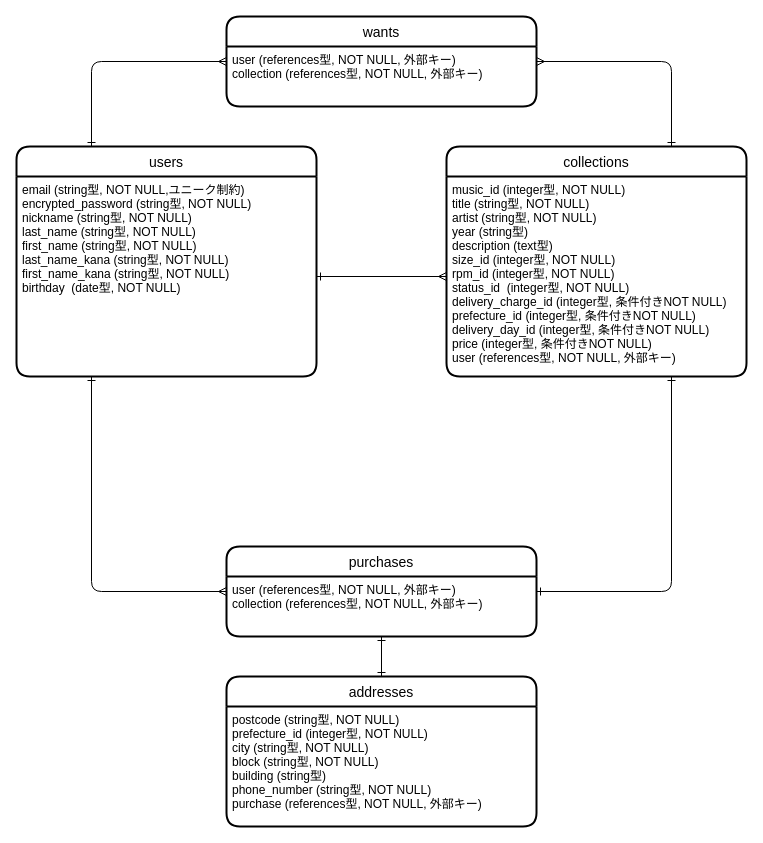
The draw.io diagram E R .dio in mimimiguchi/collection_of_record_junkies, before the edit. Source tidied: cells renumbered, new cells numbered last; positions are measured from the earlier drawing's top-left corner, leaving out a move shared by most shapes. Both pictures are drawn from the tidied source at 100%, with x=0, y=0 at pixel (16, 16).
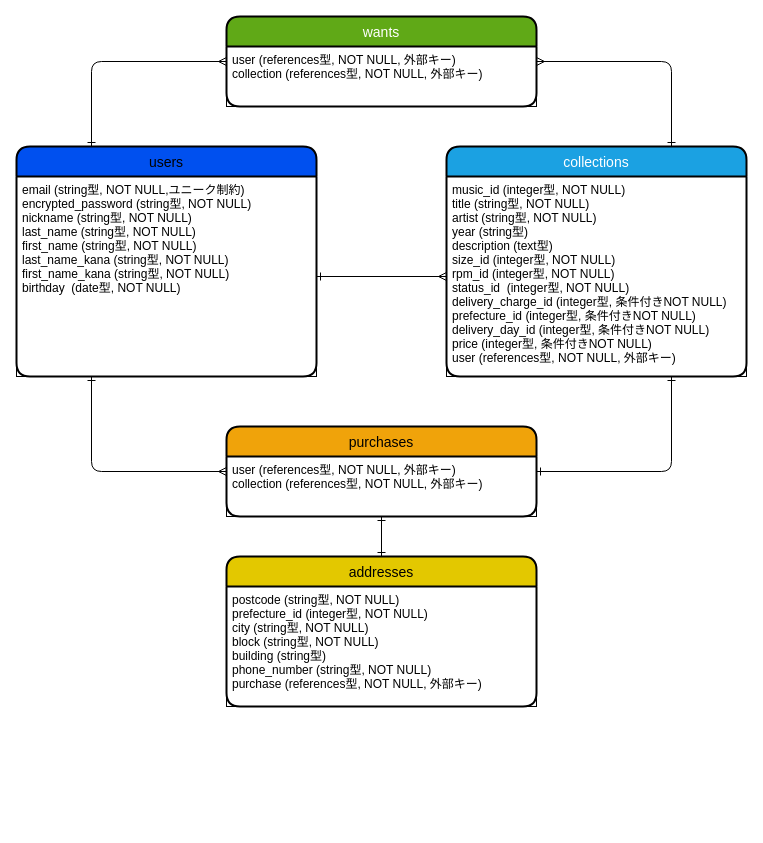
After the change.

Diff of the diagram source:
```diff
@@
-<mxGraphModel>
+<mxGraphModel background="#ffffff">
@@
-    <mxCell id="2" style="edgeStyle=none;html=1;exitX=0.25;exitY=0;exitDx=0;exitDy=0;entryX=0;entryY=0.5;entryDx=0;entryDy=0;startArrow=ERone;startFill=0;endArrow=ERmany;endFill=0;" parent="1" edge="1" source="3" target="8">
+    <mxCell id="2" style="edgeStyle=none;html=1;exitX=0.25;exitY=0;exitDx=0;exitDy=0;entryX=0;entryY=0.5;entryDx=0;entryDy=0;startArrow=ERone;startFill=0;endArrow=ERmany;endFill=0;strokeColor=#000000;" parent="1" edge="1" source="3" target="8">
       <mxGeometry relative="1" as="geometry">
         <Array as="points">
           <mxPoint x="75" y="45" />
         </Array>
       </mxGeometry>
     </mxCell>
-    <mxCell id="3" value="users" style="swimlane;horizontal=1;startSize=30;rounded=1;fontSize=14;fontStyle=0;strokeWidth=2;shadow=0;dashed=0;align=center;" parent="1" vertex="1">
+    <mxCell id="3" value="users" style="swimlane;horizontal=1;startSize=30;rounded=1;fontSize=14;fontStyle=0;strokeWidth=2;shadow=0;dashed=0;align=center;fillColor=#0050ef;fontColor=#000000;strokeColor=#000000;" parent="1" vertex="1">
       <mxGeometry y="130" width="300" height="230" as="geometry" />
     </mxCell>
-    <mxCell id="4" value="email (string型, NOT NULL,ユニーク制約)&#10;encrypted_password (string型, NOT NULL)&#10;nickname (string型, NOT NULL)&#10;last_name (string型, NOT NULL)&#10;first_name (string型, NOT NULL)&#10;last_name_kana (string型, NOT NULL)&#10;first_name_kana (string型, NOT NULL)&#10;birthday  (date型, NOT NULL)" style="align=left;strokeColor=none;fillColor=none;spacingLeft=4;fontSize=12;verticalAlign=top;" parent="3" vertex="1">
+    <mxCell id="4" value="email (string型, NOT NULL,ユニーク制約)&#10;encrypted_password (string型, NOT NULL)&#10;nickname (string型, NOT NULL)&#10;last_name (string型, NOT NULL)&#10;first_name (string型, NOT NULL)&#10;last_name_kana (string型, NOT NULL)&#10;first_name_kana (string型, NOT NULL)&#10;birthday  (date型, NOT NULL)" style="align=left;fillColor=none;spacingLeft=4;fontSize=12;verticalAlign=top;strokeColor=#000000;fontColor=#000000;" parent="3" vertex="1">
       <mxGeometry y="30" width="300" height="200" as="geometry" />
     </mxCell>
-    <mxCell id="5" style="edgeStyle=none;html=1;exitX=0.75;exitY=0;exitDx=0;exitDy=0;entryX=1;entryY=0.25;entryDx=0;entryDy=0;startArrow=ERone;startFill=0;endArrow=ERmany;endFill=0;" parent="1" edge="1" source="6" target="9">
+    <mxCell id="5" style="edgeStyle=none;html=1;exitX=0.75;exitY=0;exitDx=0;exitDy=0;entryX=1;entryY=0.25;entryDx=0;entryDy=0;startArrow=ERone;startFill=0;endArrow=ERmany;endFill=0;strokeColor=#000000;" parent="1" edge="1" source="6" target="9">
       <mxGeometry relative="1" as="geometry">
         <Array as="points">
           <mxPoint x="655" y="45" />
         </Array>
       </mxGeometry>
     </mxCell>
-    <mxCell id="6" value="collections" style="swimlane;horizontal=1;startSize=30;rounded=1;fontSize=14;fontStyle=0;strokeWidth=2;shadow=0;dashed=0;align=center;" parent="1" vertex="1">
+    <mxCell id="6" value="collections" style="swimlane;horizontal=1;startSize=30;rounded=1;fontSize=14;fontStyle=0;strokeWidth=2;shadow=0;dashed=0;align=center;fillColor=#1ba1e2;fontColor=#ffffff;strokeColor=#000000;" parent="1" vertex="1">
       <mxGeometry x="430" y="130" width="300" height="230" as="geometry" />
     </mxCell>
-    <mxCell id="7" value="music_id (integer型, NOT NULL)&#10;title (string型, NOT NULL)&#10;artist (string型, NOT NULL)&#10;year (string型)&#10;description (text型)&#10;size_id (integer型, NOT NULL)&#10;rpm_id (integer型, NOT NULL)&#10;status_id  (integer型, NOT NULL)&#10;delivery_charge_id (integer型, 条件付きNOT NULL)&#10;prefecture_id (integer型, 条件付きNOT NULL)&#10;delivery_day_id (integer型, 条件付きNOT NULL)&#10;price (integer型, 条件付きNOT NULL)&#10;user (references型, NOT NULL, 外部キー)" style="align=left;strokeColor=none;fillColor=none;spacingLeft=4;fontSize=12;verticalAlign=top;" parent="6" vertex="1">
+    <mxCell id="7" value="music_id (integer型, NOT NULL)&#10;title (string型, NOT NULL)&#10;artist (string型, NOT NULL)&#10;year (string型)&#10;description (text型)&#10;size_id (integer型, NOT NULL)&#10;rpm_id (integer型, NOT NULL)&#10;status_id  (integer型, NOT NULL)&#10;delivery_charge_id (integer型, 条件付きNOT NULL)&#10;prefecture_id (integer型, 条件付きNOT NULL)&#10;delivery_day_id (integer型, 条件付きNOT NULL)&#10;price (integer型, 条件付きNOT NULL)&#10;user (references型, NOT NULL, 外部キー)" style="align=left;fillColor=none;spacingLeft=4;fontSize=12;verticalAlign=top;fontColor=#000000;strokeColor=#000000;" parent="6" vertex="1">
       <mxGeometry y="30" width="300" height="200" as="geometry" />
     </mxCell>
-    <mxCell id="8" value="wants" style="swimlane;horizontal=1;startSize=30;rounded=1;fontSize=14;fontStyle=0;strokeWidth=2;shadow=0;dashed=0;align=center;" parent="1" vertex="1">
+    <mxCell id="8" value="wants" style="swimlane;horizontal=1;startSize=30;rounded=1;fontSize=14;fontStyle=0;strokeWidth=2;shadow=0;dashed=0;align=center;gradientDirection=north;fillColor=#60a917;fontColor=#ffffff;strokeColor=#000000;" parent="1" vertex="1">
       <mxGeometry x="210" width="310" height="90" as="geometry" />
     </mxCell>
-    <mxCell id="9" value="user (references型, NOT NULL, 外部キー)&#10;collection (references型, NOT NULL, 外部キー)" style="align=left;strokeColor=none;fillColor=none;spacingLeft=4;fontSize=12;verticalAlign=top;" parent="8" vertex="1">
+    <mxCell id="9" value="user (references型, NOT NULL, 外部キー)&#10;collection (references型, NOT NULL, 外部キー)" style="align=left;fillColor=none;spacingLeft=4;fontSize=12;verticalAlign=top;fontColor=#000000;strokeColor=#000000;" parent="8" vertex="1">
       <mxGeometry y="30" width="310" height="60" as="geometry" />
     </mxCell>
-    <mxCell id="10" value="purchases" style="swimlane;horizontal=1;startSize=30;rounded=1;fontSize=14;fontStyle=0;strokeWidth=2;shadow=0;dashed=0;align=center;" parent="1" vertex="1">
-      <mxGeometry x="210" y="530" width="310" height="90" as="geometry" />
+    <mxCell id="10" value="purchases" style="swimlane;horizontal=1;startSize=30;rounded=1;fontSize=14;fontStyle=0;strokeWidth=2;shadow=0;dashed=0;align=center;fillColor=#f0a30a;fontColor=#000000;strokeColor=#000000;" parent="1" vertex="1">
+      <mxGeometry x="210" y="410" width="310" height="90" as="geometry" />
     </mxCell>
-    <mxCell id="11" value="user (references型, NOT NULL, 外部キー)&#10;collection (references型, NOT NULL, 外部キー)" style="align=left;strokeColor=none;fillColor=none;spacingLeft=4;fontSize=12;verticalAlign=top;" parent="10" vertex="1">
+    <mxCell id="11" value="user (references型, NOT NULL, 外部キー)&#10;collection (references型, NOT NULL, 外部キー)" style="align=left;fillColor=none;spacingLeft=4;fontSize=12;verticalAlign=top;fontColor=#000000;strokeColor=#000000;" parent="10" vertex="1">
       <mxGeometry y="30" width="310" height="60" as="geometry" />
     </mxCell>
-    <mxCell id="12" value="addresses" style="swimlane;horizontal=1;startSize=30;rounded=1;fontSize=14;fontStyle=0;strokeWidth=2;shadow=0;dashed=0;align=center;" parent="1" vertex="1">
-      <mxGeometry x="210" y="660" width="310" height="150" as="geometry" />
+    <mxCell id="12" value="addresses" style="swimlane;horizontal=1;startSize=30;rounded=1;fontSize=14;fontStyle=0;strokeWidth=2;shadow=0;dashed=0;align=center;fillColor=#e3c800;fontColor=#000000;strokeColor=#000000;" parent="1" vertex="1">
+      <mxGeometry x="210" y="540" width="310" height="150" as="geometry" />
     </mxCell>
-    <mxCell id="13" value="postcode (string型, NOT NULL)&#10;prefecture_id (integer型, NOT NULL)&#10;city (string型, NOT NULL)&#10;block (string型, NOT NULL)&#10;building (string型)&#10;phone_number (string型, NOT NULL)&#10;purchase (references型, NOT NULL, 外部キー)" style="align=left;strokeColor=none;fillColor=none;spacingLeft=4;fontSize=12;verticalAlign=top;" parent="12" vertex="1">
+    <mxCell id="13" value="postcode (string型, NOT NULL)&#10;prefecture_id (integer型, NOT NULL)&#10;city (string型, NOT NULL)&#10;block (string型, NOT NULL)&#10;building (string型)&#10;phone_number (string型, NOT NULL)&#10;purchase (references型, NOT NULL, 外部キー)" style="align=left;fillColor=none;spacingLeft=4;fontSize=12;verticalAlign=top;fontColor=#000000;strokeColor=#000000;" parent="12" vertex="1">
       <mxGeometry y="30" width="310" height="120" as="geometry" />
     </mxCell>
-    <mxCell id="14" style="edgeStyle=none;html=1;exitX=1;exitY=0.5;exitDx=0;exitDy=0;endArrow=ERmany;endFill=0;startArrow=ERone;startFill=0;" parent="1" edge="1" source="4" target="7">
+    <mxCell id="14" style="edgeStyle=none;html=1;exitX=1;exitY=0.5;exitDx=0;exitDy=0;endArrow=ERmany;endFill=0;startArrow=ERone;startFill=0;strokeColor=#000000;" parent="1" edge="1" source="4" target="7">
       <mxGeometry relative="1" as="geometry" />
     </mxCell>
-    <mxCell id="15" style="edgeStyle=none;html=1;exitX=0.25;exitY=1;exitDx=0;exitDy=0;entryX=0;entryY=0.5;entryDx=0;entryDy=0;startArrow=ERone;startFill=0;endArrow=ERmany;endFill=0;" parent="1" edge="1" source="4" target="10">
+    <mxCell id="15" style="edgeStyle=none;html=1;exitX=0.25;exitY=1;exitDx=0;exitDy=0;entryX=0;entryY=0.5;entryDx=0;entryDy=0;startArrow=ERone;startFill=0;endArrow=ERmany;endFill=0;strokeColor=#000000;" parent="1" edge="1" source="4" target="10">
       <mxGeometry relative="1" as="geometry">
         <Array as="points">
-          <mxPoint x="75" y="575" />
+          <mxPoint x="75" y="455" />
         </Array>
       </mxGeometry>
     </mxCell>
-    <mxCell id="16" style="edgeStyle=none;html=1;exitX=0.75;exitY=1;exitDx=0;exitDy=0;entryX=1;entryY=0.25;entryDx=0;entryDy=0;startArrow=ERone;startFill=0;endArrow=ERone;endFill=0;" parent="1" edge="1" source="7" target="11">
+    <mxCell id="16" style="edgeStyle=none;html=1;exitX=0.75;exitY=1;exitDx=0;exitDy=0;entryX=1;entryY=0.25;entryDx=0;entryDy=0;startArrow=ERone;startFill=0;endArrow=ERone;endFill=0;strokeColor=#000000;" parent="1" edge="1" source="7" target="11">
       <mxGeometry relative="1" as="geometry">
         <Array as="points">
-          <mxPoint x="655" y="575" />
+          <mxPoint x="655" y="455" />
         </Array>
       </mxGeometry>
     </mxCell>
-    <mxCell id="17" style="edgeStyle=none;html=1;exitX=0.5;exitY=1;exitDx=0;exitDy=0;entryX=0.5;entryY=0;entryDx=0;entryDy=0;startArrow=ERone;startFill=0;endArrow=ERone;endFill=0;" parent="1" edge="1" source="11" target="12">
+    <mxCell id="17" style="edgeStyle=none;html=1;exitX=0.5;exitY=1;exitDx=0;exitDy=0;entryX=0.5;entryY=0;entryDx=0;entryDy=0;startArrow=ERone;startFill=0;endArrow=ERone;endFill=0;strokeColor=#000000;" parent="1" edge="1" source="11" target="12">
       <mxGeometry relative="1" as="geometry" />
     </mxCell>
```
